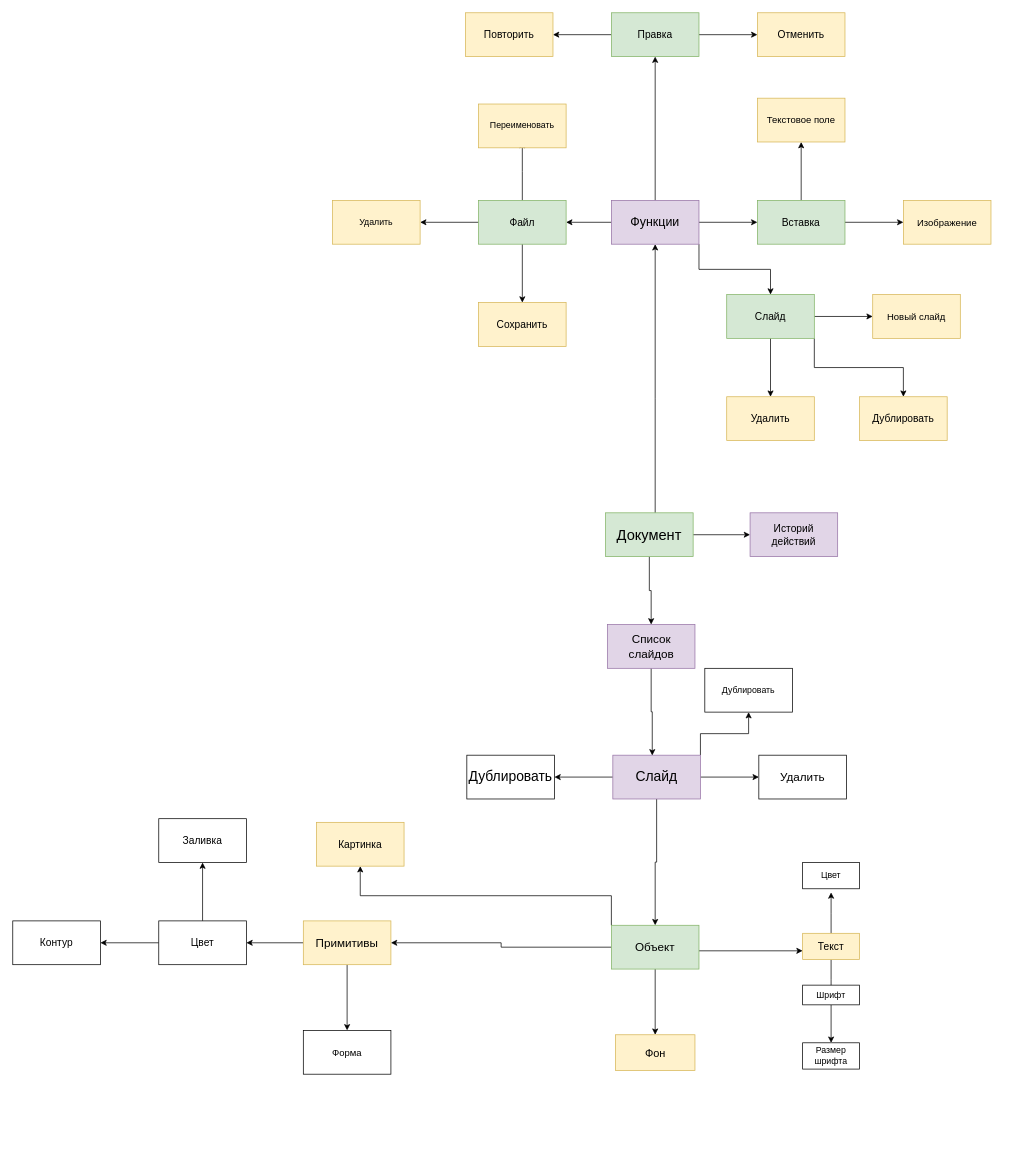
Before: Диаграмма без названия.drawio in rrenatars/SliderMen, a draw.io diagram. Source tidied: cells renumbered, new cells numbered last; positions are measured from the earlier drawing's top-left corner, leaving out a move shared by most shapes. Both pictures are drawn from the tidied source at 73%, with x=0, y=0 at pixel (12, 12).
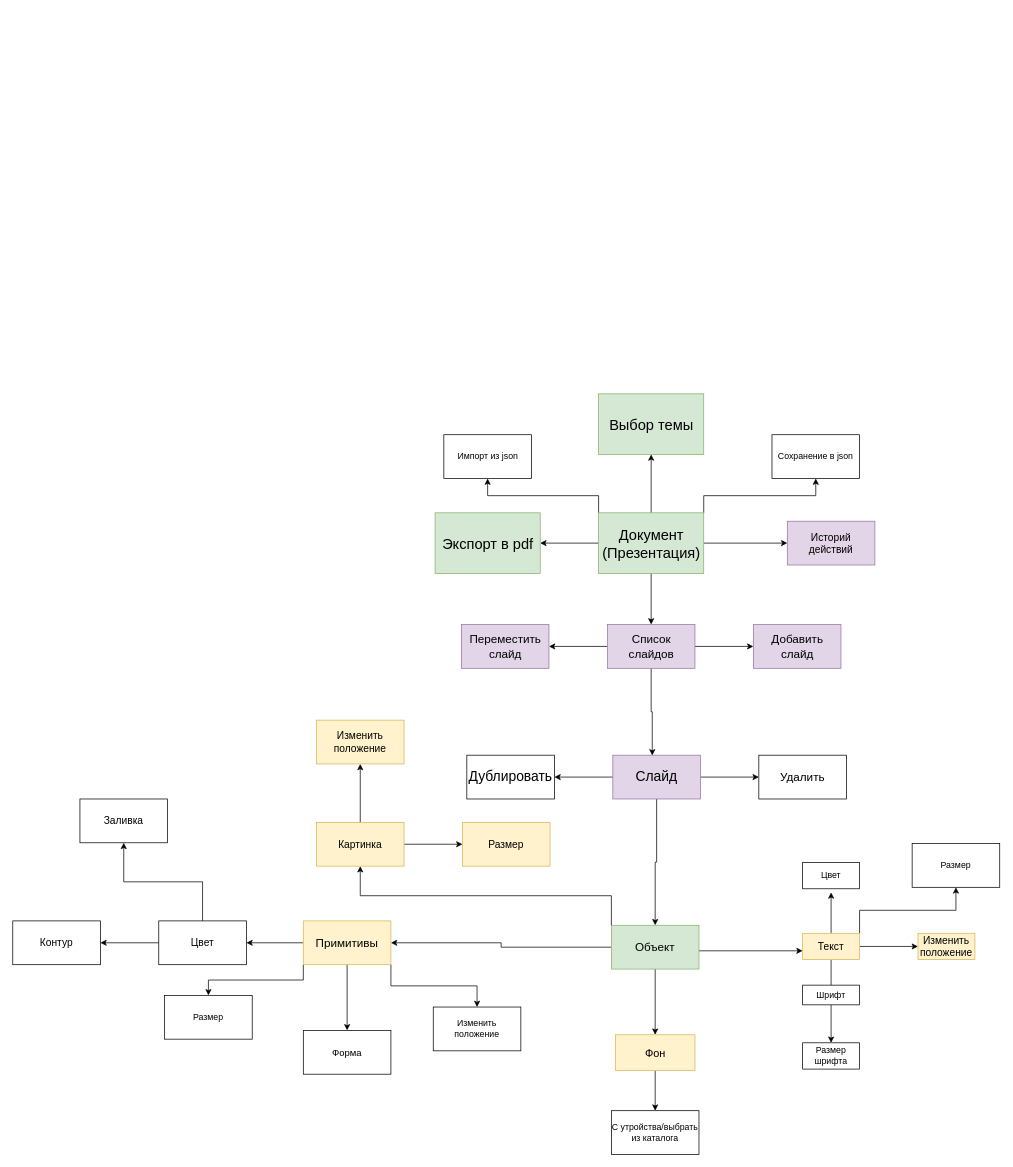
Above is the later version.

Unchanged cells that the change refers to:
```xml
<mxCell id="11" value="&lt;font style=&quot;font-size: 19px;&quot;&gt;Слайд&lt;/font&gt;" style="whiteSpace=wrap;html=1;rounded=0;fillColor=#e1d5e7;strokeColor=#9673a6;" parent="1" vertex="1">
  <mxGeometry x="822" y="1017" width="120" height="60" as="geometry" />
</mxCell>
<mxCell id="12" value="&lt;font style=&quot;font-size: 15px;&quot;&gt;Фон&lt;/font&gt;" style="whiteSpace=wrap;html=1;rounded=0;fillColor=#fff2cc;strokeColor=#d6b656;" parent="1" vertex="1">
  <mxGeometry x="825.5" y="1400" width="109" height="49" as="geometry" />
</mxCell>
<mxCell id="15" value="&lt;font style=&quot;font-size: 14px;&quot;&gt;Текст&lt;/font&gt;" style="whiteSpace=wrap;html=1;rounded=0;fillColor=#fff2cc;strokeColor=#d6b656;" parent="1" vertex="1">
  <mxGeometry x="1082" y="1261" width="78" height="36" as="geometry" />
</mxCell>
<mxCell id="22" value="&lt;font style=&quot;font-size: 16px;&quot;&gt;Примитивы&lt;/font&gt;" style="rounded=0;whiteSpace=wrap;html=1;fillColor=#fff2cc;strokeColor=#d6b656;" parent="1" vertex="1">
  <mxGeometry x="398" y="1244" width="120" height="60" as="geometry" />
</mxCell>
<mxCell id="32" value="&lt;font style=&quot;&quot;&gt;&lt;font style=&quot;font-size: 16px;&quot;&gt;Список слайдов&lt;/font&gt;&lt;br&gt;&lt;/font&gt;" style="rounded=0;whiteSpace=wrap;html=1;fillColor=#e1d5e7;strokeColor=#9673a6;" parent="1" vertex="1">
  <mxGeometry x="814.5" y="838" width="120" height="60" as="geometry" />
</mxCell>
<mxCell id="39" value="&lt;font style=&quot;font-size: 14px;&quot;&gt;Картинка&lt;/font&gt;" style="rounded=0;whiteSpace=wrap;html=1;fillColor=#fff2cc;strokeColor=#d6b656;" parent="1" vertex="1">
  <mxGeometry x="416" y="1109" width="120" height="60" as="geometry" />
</mxCell>
```

Change to the diagram source:
```diff
@@
-    <mxCell id="2" style="edgeStyle=orthogonalEdgeStyle;rounded=0;jettySize=auto;html=1;" parent="1" edge="1" source="5" target="30">
-      <mxGeometry relative="1" as="geometry">
-        <Array as="points">
-          <mxPoint x="880" y="528" />
-          <mxPoint x="880" y="528" />
-        </Array>
-      </mxGeometry>
-    </mxCell>
@@
+    <mxCell id="69" style="edgeStyle=orthogonalEdgeStyle;rounded=0;jettySize=auto;html=1;" parent="1" edge="1" source="5" target="84">
+      <mxGeometry relative="1" as="geometry" />
+    </mxCell>
+    <mxCell id="70" style="edgeStyle=orthogonalEdgeStyle;rounded=0;jettySize=auto;html=1;" parent="1" edge="1" source="5" target="87">
+      <mxGeometry relative="1" as="geometry" />
+    </mxCell>
+    <mxCell id="71" style="edgeStyle=orthogonalEdgeStyle;rounded=0;jettySize=auto;html=1;exitX=1;exitY=0;exitDx=0;exitDy=0;" parent="1" edge="1" source="5" target="88">
+      <mxGeometry relative="1" as="geometry" />
+    </mxCell>
+    <mxCell id="72" style="edgeStyle=orthogonalEdgeStyle;rounded=0;jettySize=auto;html=1;exitX=0;exitY=0;exitDx=0;exitDy=0;" parent="1" edge="1" source="5" target="89">
+      <mxGeometry relative="1" as="geometry" />
+    </mxCell>
-    <mxCell id="5" value="&lt;font style=&quot;font-size: 20px;&quot;&gt;Документ&lt;/font&gt;" style="rounded=0;whiteSpace=wrap;html=1;fillColor=#d5e8d4;strokeColor=#82b366;" parent="1" vertex="1">
-      <mxGeometry x="812" y="685" width="120" height="60" as="geometry" />
+    <mxCell id="5" value="&lt;font style=&quot;font-size: 20px;&quot;&gt;Документ&lt;br&gt;(Презентация)&lt;br&gt;&lt;/font&gt;" style="rounded=0;whiteSpace=wrap;html=1;fillColor=#d5e8d4;strokeColor=#82b366;" parent="1" vertex="1">
+      <mxGeometry x="802.5" y="685" width="144" height="83" as="geometry" />
     </mxCell>
@@
-    <mxCell id="10" style="edgeStyle=orthogonalEdgeStyle;rounded=0;jettySize=auto;html=1;exitX=1;exitY=0;exitDx=0;exitDy=0;" parent="1" edge="1" source="11" target="68">
-      <mxGeometry relative="1" as="geometry" />
-    </mxCell>
@@
+    <mxCell id="73" style="edgeStyle=orthogonalEdgeStyle;rounded=0;jettySize=auto;html=1;exitX=0.5;exitY=1;exitDx=0;exitDy=0;" parent="1" edge="1" source="12" target="94">
+      <mxGeometry relative="1" as="geometry" />
+    </mxCell>
@@
+    <mxCell id="74" style="edgeStyle=orthogonalEdgeStyle;rounded=0;jettySize=auto;html=1;" parent="1" edge="1" source="15" target="92">
+      <mxGeometry relative="1" as="geometry" />
+    </mxCell>
+    <mxCell id="75" style="edgeStyle=orthogonalEdgeStyle;rounded=0;jettySize=auto;html=1;exitX=1;exitY=0;exitDx=0;exitDy=0;" parent="1" edge="1" source="15" target="93">
+      <mxGeometry relative="1" as="geometry" />
+    </mxCell>
@@
+    <mxCell id="76" style="edgeStyle=orthogonalEdgeStyle;rounded=0;jettySize=auto;html=1;exitX=1;exitY=1;exitDx=0;exitDy=0;" parent="1" edge="1" source="22" target="90">
+      <mxGeometry relative="1" as="geometry" />
+    </mxCell>
+    <mxCell id="77" style="edgeStyle=orthogonalEdgeStyle;rounded=0;jettySize=auto;html=1;exitX=0;exitY=1;exitDx=0;exitDy=0;" parent="1" edge="1" source="22" target="91">
+      <mxGeometry relative="1" as="geometry" />
+    </mxCell>
@@
-    <mxCell id="26" style="edgeStyle=orthogonalEdgeStyle;rounded=0;jettySize=auto;html=1;" parent="1" edge="1" source="30" target="51">
-      <mxGeometry relative="1" as="geometry" />
-    </mxCell>
-    <mxCell id="27" style="edgeStyle=orthogonalEdgeStyle;rounded=0;jettySize=auto;html=1;" parent="1" edge="1" source="30" target="45">
-      <mxGeometry relative="1" as="geometry" />
-    </mxCell>
-    <mxCell id="28" style="edgeStyle=orthogonalEdgeStyle;rounded=0;jettySize=auto;html=1;" parent="1" edge="1" source="30" target="56">
-      <mxGeometry relative="1" as="geometry" />
-    </mxCell>
-    <mxCell id="29" style="edgeStyle=orthogonalEdgeStyle;rounded=0;jettySize=auto;html=1;exitX=1;exitY=1;exitDx=0;exitDy=0;" parent="1" edge="1" source="30" target="62">
-      <mxGeometry relative="1" as="geometry" />
-    </mxCell>
-    <mxCell id="30" value="&lt;font style=&quot;font-size: 17px;&quot;&gt;Функции&lt;/font&gt;" style="rounded=0;whiteSpace=wrap;html=1;fillColor=#e1d5e7;strokeColor=#9673a6;" parent="1" vertex="1">
-      <mxGeometry x="820" y="257" width="120" height="60" as="geometry" />
-    </mxCell>
@@
+    <mxCell id="78" style="edgeStyle=orthogonalEdgeStyle;rounded=0;jettySize=auto;html=1;" parent="1" edge="1" source="32" target="85">
+      <mxGeometry relative="1" as="geometry" />
+    </mxCell>
+    <mxCell id="79" style="edgeStyle=orthogonalEdgeStyle;rounded=0;jettySize=auto;html=1;" parent="1" edge="1" source="32" target="86">
+      <mxGeometry relative="1" as="geometry" />
+    </mxCell>
@@
     <mxCell id="34" value="&lt;font style=&quot;font-size: 14px;&quot;&gt;Историй действий&lt;/font&gt;" style="rounded=0;whiteSpace=wrap;html=1;fillColor=#e1d5e7;strokeColor=#9673a6;" parent="1" vertex="1">
-      <mxGeometry x="1010" y="685" width="120" height="60" as="geometry" />
+      <mxGeometry x="1061" y="696.5" width="120" height="60" as="geometry" />
     </mxCell>
@@
+    <mxCell id="80" style="edgeStyle=orthogonalEdgeStyle;rounded=0;jettySize=auto;html=1;" parent="1" edge="1" source="39" target="82">
+      <mxGeometry relative="1" as="geometry" />
+    </mxCell>
+    <mxCell id="81" style="edgeStyle=orthogonalEdgeStyle;rounded=0;jettySize=auto;html=1;" parent="1" edge="1" source="39" target="83">
+      <mxGeometry relative="1" as="geometry" />
+    </mxCell>
@@
     <mxCell id="40" value="&lt;font style=&quot;font-size: 14px;&quot;&gt;Заливка&lt;/font&gt;" style="rounded=0;whiteSpace=wrap;html=1;" parent="1" vertex="1">
-      <mxGeometry x="200" y="1104" width="120" height="60" as="geometry" />
+      <mxGeometry x="92" y="1077" width="120" height="60" as="geometry" />
     </mxCell>
@@
-    <mxCell id="42" style="edgeStyle=orthogonalEdgeStyle;rounded=0;jettySize=auto;html=1;" parent="1" edge="1" source="45">
-      <mxGeometry relative="1" as="geometry">
-        <mxPoint x="698" y="177" as="targetPoint" />
-      </mxGeometry>
-    </mxCell>
-    <mxCell id="43" style="edgeStyle=orthogonalEdgeStyle;rounded=0;jettySize=auto;html=1;" parent="1" edge="1" source="45" target="47">
-      <mxGeometry relative="1" as="geometry" />
-    </mxCell>
-    <mxCell id="44" style="edgeStyle=orthogonalEdgeStyle;rounded=0;jettySize=auto;html=1;" parent="1" edge="1" source="45" target="48">
-      <mxGeometry relative="1" as="geometry" />
-    </mxCell>
-    <mxCell id="45" value="&lt;font style=&quot;font-size: 14px;&quot;&gt;Файл&lt;/font&gt;" style="rounded=0;whiteSpace=wrap;html=1;fillColor=#d5e8d4;strokeColor=#82b366;" parent="1" vertex="1">
-      <mxGeometry x="638" y="257" width="120" height="60" as="geometry" />
-    </mxCell>
-    <mxCell id="46" value="Переименовать" style="rounded=0;whiteSpace=wrap;html=1;fillColor=#fff2cc;strokeColor=#d6b656;" parent="1" vertex="1">
-      <mxGeometry x="638" y="125" width="120" height="60" as="geometry" />
-    </mxCell>
-    <mxCell id="47" value="Удалить" style="rounded=0;whiteSpace=wrap;html=1;fillColor=#fff2cc;strokeColor=#d6b656;" parent="1" vertex="1">
-      <mxGeometry x="438" y="257" width="120" height="60" as="geometry" />
-    </mxCell>
-    <mxCell id="48" value="&lt;font style=&quot;font-size: 14px;&quot;&gt;Сохранить&lt;/font&gt;" style="rounded=0;whiteSpace=wrap;html=1;fillColor=#fff2cc;strokeColor=#d6b656;" parent="1" vertex="1">
-      <mxGeometry x="638" y="397" width="120" height="60" as="geometry" />
-    </mxCell>
-    <mxCell id="49" style="edgeStyle=orthogonalEdgeStyle;rounded=0;jettySize=auto;html=1;" parent="1" edge="1" source="51" target="52">
-      <mxGeometry relative="1" as="geometry" />
-    </mxCell>
-    <mxCell id="50" style="edgeStyle=orthogonalEdgeStyle;rounded=0;jettySize=auto;html=1;" parent="1" edge="1" source="51" target="53">
-      <mxGeometry relative="1" as="geometry" />
-    </mxCell>
-    <mxCell id="51" value="&lt;font style=&quot;font-size: 14px;&quot;&gt;Правка&lt;/font&gt;" style="rounded=0;whiteSpace=wrap;html=1;fillColor=#d5e8d4;strokeColor=#82b366;" parent="1" vertex="1">
-      <mxGeometry x="820" width="120" height="60" as="geometry" />
-    </mxCell>
-    <mxCell id="52" value="&lt;font style=&quot;font-size: 14px;&quot;&gt;Отменить&lt;/font&gt;" style="rounded=0;whiteSpace=wrap;html=1;fillColor=#fff2cc;strokeColor=#d6b656;" parent="1" vertex="1">
-      <mxGeometry x="1020" width="120" height="60" as="geometry" />
-    </mxCell>
-    <mxCell id="53" value="&lt;font style=&quot;font-size: 14px;&quot;&gt;Повторить&lt;/font&gt;" style="rounded=0;whiteSpace=wrap;html=1;fillColor=#fff2cc;strokeColor=#d6b656;" parent="1" vertex="1">
-      <mxGeometry x="620" width="120" height="60" as="geometry" />
-    </mxCell>
-    <mxCell id="54" style="edgeStyle=orthogonalEdgeStyle;rounded=0;jettySize=auto;html=1;" parent="1" edge="1" source="56" target="57">
-      <mxGeometry relative="1" as="geometry" />
-    </mxCell>
-    <mxCell id="55" style="edgeStyle=orthogonalEdgeStyle;rounded=0;jettySize=auto;html=1;" parent="1" edge="1" source="56" target="58">
-      <mxGeometry relative="1" as="geometry" />
-    </mxCell>
-    <mxCell id="56" value="&lt;font style=&quot;font-size: 14px;&quot;&gt;Вставка&lt;/font&gt;" style="rounded=0;whiteSpace=wrap;html=1;fillColor=#d5e8d4;strokeColor=#82b366;" parent="1" vertex="1">
-      <mxGeometry x="1020" y="257" width="120" height="60" as="geometry" />
-    </mxCell>
-    <mxCell id="57" value="&lt;font style=&quot;font-size: 13px;&quot;&gt;Изображение&lt;/font&gt;" style="rounded=0;whiteSpace=wrap;html=1;fillColor=#fff2cc;strokeColor=#d6b656;" parent="1" vertex="1">
-      <mxGeometry x="1220" y="257" width="120" height="60" as="geometry" />
-    </mxCell>
-    <mxCell id="58" value="&lt;font style=&quot;font-size: 13px;&quot;&gt;Текстовое поле&lt;/font&gt;" style="rounded=0;whiteSpace=wrap;html=1;fillColor=#fff2cc;strokeColor=#d6b656;" parent="1" vertex="1">
-      <mxGeometry x="1020" y="117" width="120" height="60" as="geometry" />
-    </mxCell>
-    <mxCell id="59" style="edgeStyle=orthogonalEdgeStyle;rounded=0;jettySize=auto;html=1;" parent="1" edge="1" source="62" target="63">
-      <mxGeometry relative="1" as="geometry" />
-    </mxCell>
-    <mxCell id="60" style="edgeStyle=orthogonalEdgeStyle;rounded=0;jettySize=auto;html=1;" parent="1" edge="1" source="62" target="64">
-      <mxGeometry relative="1" as="geometry" />
-    </mxCell>
-    <mxCell id="61" style="edgeStyle=orthogonalEdgeStyle;rounded=0;jettySize=auto;html=1;exitX=1;exitY=1;exitDx=0;exitDy=0;" parent="1" edge="1" source="62" target="65">
-      <mxGeometry relative="1" as="geometry" />
-    </mxCell>
-    <mxCell id="62" value="&lt;font style=&quot;font-size: 14px;&quot;&gt;Слайд&lt;/font&gt;" style="rounded=0;whiteSpace=wrap;html=1;fillColor=#d5e8d4;strokeColor=#82b366;" parent="1" vertex="1">
-      <mxGeometry x="978" y="386" width="120" height="60" as="geometry" />
-    </mxCell>
-    <mxCell id="63" value="&lt;font style=&quot;font-size: 13px;&quot;&gt;Новый слайд&lt;/font&gt;" style="rounded=0;whiteSpace=wrap;html=1;fillColor=#fff2cc;strokeColor=#d6b656;" parent="1" vertex="1">
-      <mxGeometry x="1178" y="386" width="120" height="60" as="geometry" />
-    </mxCell>
-    <mxCell id="64" value="&lt;font style=&quot;font-size: 14px;&quot;&gt;Удалить&lt;/font&gt;" style="rounded=0;whiteSpace=wrap;html=1;fillColor=#fff2cc;strokeColor=#d6b656;" parent="1" vertex="1">
-      <mxGeometry x="978" y="526" width="120" height="60" as="geometry" />
-    </mxCell>
-    <mxCell id="65" value="&lt;font style=&quot;font-size: 14px;&quot;&gt;Дублировать&lt;/font&gt;" style="rounded=0;whiteSpace=wrap;html=1;fillColor=#fff2cc;strokeColor=#d6b656;" parent="1" vertex="1">
-      <mxGeometry x="1160" y="526" width="120" height="60" as="geometry" />
-    </mxCell>
@@
-    <mxCell id="68" value="Дублировать" style="rounded=0;whiteSpace=wrap;html=1;" parent="1" vertex="1">
-      <mxGeometry x="948" y="898" width="120" height="60" as="geometry" />
-    </mxCell>
+    <mxCell id="82" value="&lt;font style=&quot;font-size: 14px;&quot;&gt;Изменить положение&lt;/font&gt;" style="rounded=0;whiteSpace=wrap;html=1;fillColor=#fff2cc;strokeColor=#d6b656;" parent="1" vertex="1">
+      <mxGeometry x="416" y="969" width="120" height="60" as="geometry" />
+    </mxCell>
+    <mxCell id="83" value="&lt;font style=&quot;font-size: 14px;&quot;&gt;Размер&lt;/font&gt;" style="rounded=0;whiteSpace=wrap;html=1;fillColor=#fff2cc;strokeColor=#d6b656;" parent="1" vertex="1">
+      <mxGeometry x="616" y="1109" width="120" height="60" as="geometry" />
+    </mxCell>
+    <mxCell id="84" value="&lt;font style=&quot;font-size: 20px;&quot;&gt;Выбор темы&lt;br&gt;&lt;/font&gt;" style="rounded=0;whiteSpace=wrap;html=1;fillColor=#d5e8d4;strokeColor=#82b366;" parent="1" vertex="1">
+      <mxGeometry x="802.5" y="522" width="144" height="83" as="geometry" />
+    </mxCell>
+    <mxCell id="85" value="&lt;font style=&quot;&quot;&gt;&lt;font style=&quot;font-size: 16px;&quot;&gt;Добавить слайд&lt;/font&gt;&lt;br&gt;&lt;/font&gt;" style="rounded=0;whiteSpace=wrap;html=1;fillColor=#e1d5e7;strokeColor=#9673a6;" parent="1" vertex="1">
+      <mxGeometry x="1014.5" y="838" width="120" height="60" as="geometry" />
+    </mxCell>
+    <mxCell id="86" value="&lt;font style=&quot;&quot;&gt;&lt;font style=&quot;font-size: 16px;&quot;&gt;Переместить слайд&lt;/font&gt;&lt;br&gt;&lt;/font&gt;" style="rounded=0;whiteSpace=wrap;html=1;fillColor=#e1d5e7;strokeColor=#9673a6;" parent="1" vertex="1">
+      <mxGeometry x="614.5" y="838" width="120" height="60" as="geometry" />
+    </mxCell>
+    <mxCell id="87" value="&lt;font style=&quot;font-size: 20px;&quot;&gt;Экспорт в pdf&lt;br&gt;&lt;/font&gt;" style="rounded=0;whiteSpace=wrap;html=1;fillColor=#d5e8d4;strokeColor=#82b366;" parent="1" vertex="1">
+      <mxGeometry x="578.5" y="685" width="144" height="83" as="geometry" />
+    </mxCell>
+    <mxCell id="88" value="Сохранение в json" style="rounded=0;whiteSpace=wrap;html=1;" parent="1" vertex="1">
+      <mxGeometry x="1040" y="578" width="120" height="60" as="geometry" />
+    </mxCell>
+    <mxCell id="89" value="Импорт из json" style="rounded=0;whiteSpace=wrap;html=1;" parent="1" vertex="1">
+      <mxGeometry x="590.5" y="578" width="120" height="60" as="geometry" />
+    </mxCell>
+    <mxCell id="90" value="Изменить положение" style="rounded=0;whiteSpace=wrap;html=1;" parent="1" vertex="1">
+      <mxGeometry x="576" y="1362" width="120" height="60" as="geometry" />
+    </mxCell>
+    <mxCell id="91" value="Размер" style="rounded=0;whiteSpace=wrap;html=1;" parent="1" vertex="1">
+      <mxGeometry x="208" y="1346" width="120" height="60" as="geometry" />
+    </mxCell>
+    <mxCell id="92" value="&lt;font style=&quot;font-size: 14px;&quot;&gt;Изменить положение&lt;/font&gt;" style="whiteSpace=wrap;html=1;rounded=0;fillColor=#fff2cc;strokeColor=#d6b656;" parent="1" vertex="1">
+      <mxGeometry x="1240" y="1261" width="78" height="36" as="geometry" />
+    </mxCell>
+    <mxCell id="93" value="Размер" style="rounded=0;whiteSpace=wrap;html=1;" parent="1" vertex="1">
+      <mxGeometry x="1232" y="1138" width="120" height="60" as="geometry" />
+    </mxCell>
+    <mxCell id="94" value="С утройства/выбрать из каталога" style="rounded=0;whiteSpace=wrap;html=1;" parent="1" vertex="1">
+      <mxGeometry x="820" y="1504" width="120" height="60" as="geometry" />
+    </mxCell>
```
